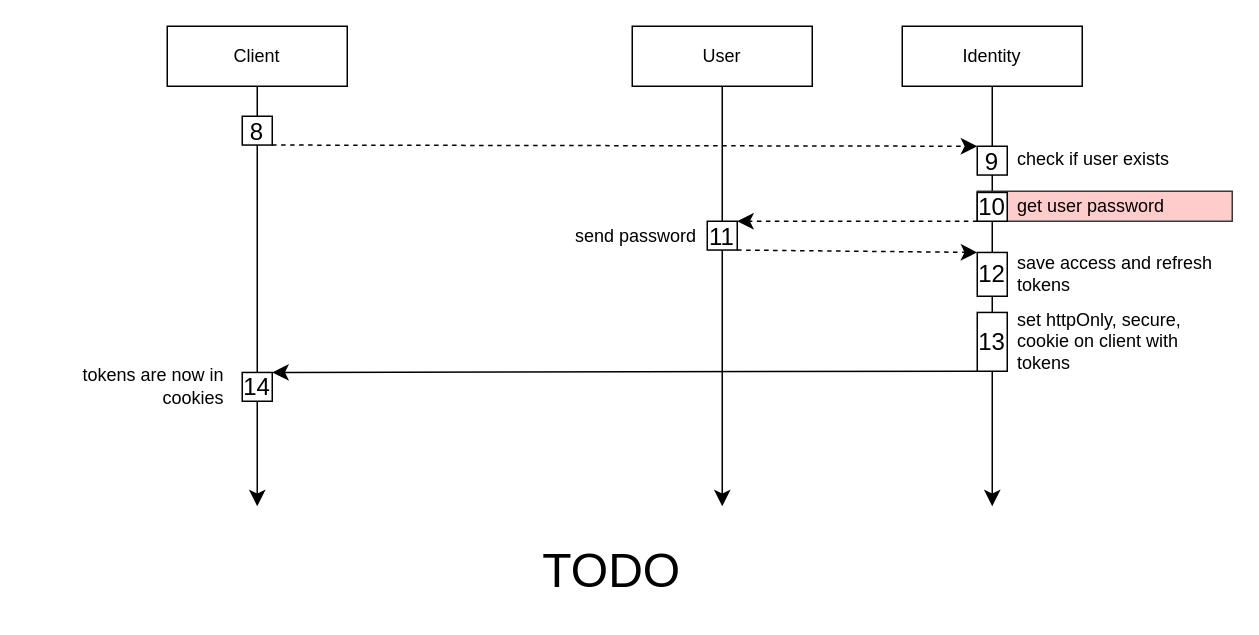
This is page "☑️ /refresh-tokens" (5 of 5) of identity/docs/diagrams/flowcharts/identity-user.flow.drawio from sourabh-singh-rawat/issue-tracker-services, a draw.io file, before an edit. Source tidied: cells renumbered, new cells numbered last; positions are measured from the earlier drawing's top-left corner, leaving out a move shared by most shapes. Both pictures are drawn from the tidied source at 150%, with x=0, y=0 at pixel (32, 26).
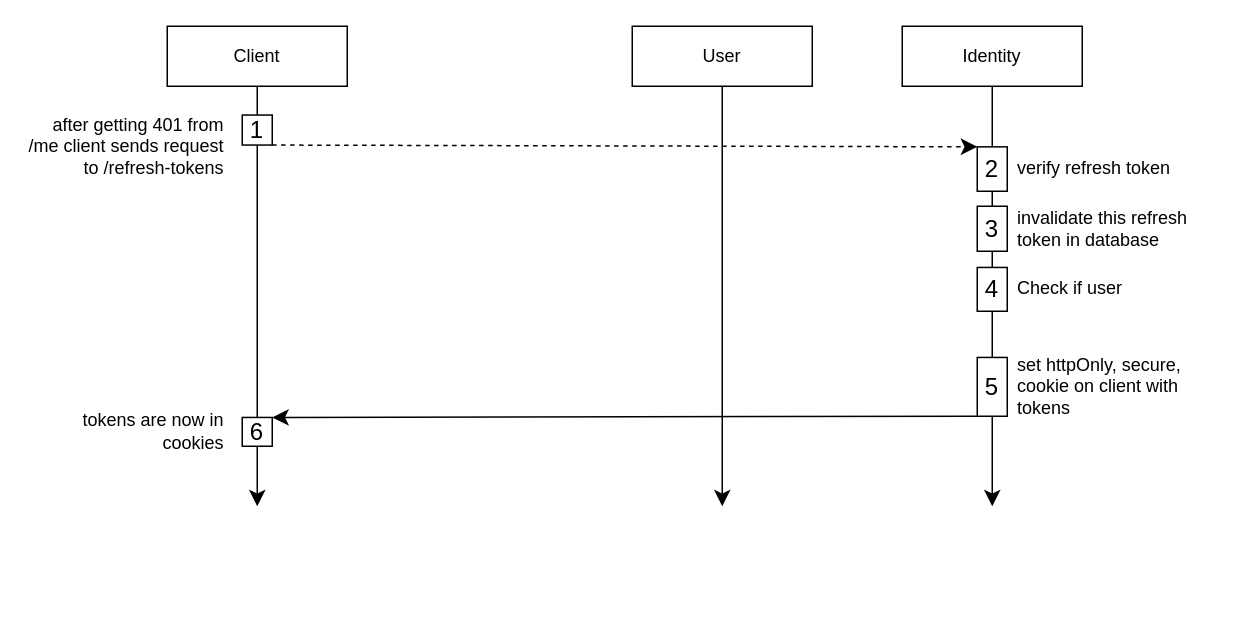
After the change.

Diff of the diagram source:
```diff
@@
-    <mxCell id="8" style="edgeStyle=none;curved=1;rounded=0;jettySize=auto;html=1;exitX=1;exitY=1;exitDx=0;exitDy=0;fontSize=12;startSize=8;endSize=8;entryX=0;entryY=0;entryDx=0;entryDy=0;dashed=1;fontFamily=Helvetica;" parent="1" edge="1" source="9" target="11">
-      <mxGeometry relative="1" as="geometry" />
+    <mxCell id="8" style="edgeStyle=none;curved=1;rounded=0;jettySize=auto;html=1;exitX=1;exitY=1;exitDx=0;exitDy=0;fontSize=12;startSize=8;endSize=8;entryX=0;entryY=0;entryDx=0;entryDy=0;dashed=1;fontFamily=Helvetica;" parent="1" edge="1" target="11">
+      <mxGeometry relative="1" as="geometry">
+        <mxPoint x="160" y="79.2" as="sourcePoint" />
+      </mxGeometry>
     </mxCell>
-    <mxCell id="9" value="8" style="rounded=0;whiteSpace=wrap;html=1;fontSize=16;fontFamily=Helvetica;" parent="1" vertex="1">
-      <mxGeometry x="140" y="60" width="20" height="19.2" as="geometry" />
-    </mxCell>
     <mxCell id="10" style="group;fontFamily=Helvetica;" parent="1" vertex="1">
-      <mxGeometry x="630" y="79.2" width="170" height="20" as="geometry" />
+      <mxGeometry x="630" y="79.2" width="170" height="30.8" as="geometry" />
     </mxCell>
-    <mxCell id="11" value="9" style="rounded=0;whiteSpace=wrap;html=1;fontSize=16;fontFamily=Helvetica;" parent="10" vertex="1">
-      <mxGeometry y="0.8" width="20" height="19.2" as="geometry" />
+    <mxCell id="11" value="2" style="rounded=0;whiteSpace=wrap;html=1;fontSize=16;fontFamily=Helvetica;" parent="10" vertex="1">
+      <mxGeometry y="1.2" width="20" height="29.6" as="geometry" />
     </mxCell>
-    <mxCell id="12" value="check if user exists" style="text;html=1;strokeColor=none;fillColor=none;align=left;verticalAlign=middle;whiteSpace=wrap;rounded=0;fontSize=12;fontFamily=Helvetica;" parent="10" vertex="1">
-      <mxGeometry x="25" width="145" height="20" as="geometry" />
+    <mxCell id="12" value="verify refresh token" style="text;html=1;strokeColor=none;fillColor=none;align=left;verticalAlign=middle;whiteSpace=wrap;rounded=0;fontSize=12;fontFamily=Helvetica;" parent="10" vertex="1">
+      <mxGeometry x="25" width="145" height="30.8" as="geometry" />
     </mxCell>
-    <mxCell id="13" style="group;fillColor=#ffcccc;strokeColor=#36393d;fontFamily=Helvetica;" parent="1" vertex="1">
-      <mxGeometry x="630" y="110" width="170" height="20" as="geometry" />
+    <mxCell id="13" style="group;fillColor=none;fontFamily=Helvetica;" parent="1" vertex="1">
+      <mxGeometry x="630" y="120" width="170" height="30" as="geometry" />
     </mxCell>
-    <mxCell id="14" value="10" style="rounded=0;whiteSpace=wrap;html=1;fontSize=16;fontFamily=Helvetica;" parent="13" vertex="1">
-      <mxGeometry y="0.8" width="20" height="19.2" as="geometry" />
+    <mxCell id="14" value="3" style="rounded=0;whiteSpace=wrap;html=1;fontSize=16;fontFamily=Helvetica;" parent="13" vertex="1">
+      <mxGeometry width="20" height="30" as="geometry" />
     </mxCell>
-    <mxCell id="15" value="get user password" style="text;html=1;strokeColor=none;fillColor=none;align=left;verticalAlign=middle;whiteSpace=wrap;rounded=0;fontSize=12;fontFamily=Helvetica;" parent="13" vertex="1">
-      <mxGeometry x="25" width="145" height="20" as="geometry" />
+    <mxCell id="15" value="invalidate this refresh token in database" style="text;html=1;fillColor=none;align=left;verticalAlign=middle;whiteSpace=wrap;rounded=0;fontSize=12;fontFamily=Helvetica;" parent="13" vertex="1">
+      <mxGeometry x="25" width="145" height="30" as="geometry" />
     </mxCell>
-    <mxCell id="16" style="edgeStyle=none;curved=1;rounded=0;jettySize=auto;html=1;exitX=1;exitY=1;exitDx=0;exitDy=0;fontSize=12;startSize=8;endSize=8;dashed=1;entryX=0;entryY=0;entryDx=0;entryDy=0;fontFamily=Helvetica;" parent="1" edge="1" source="17">
-      <mxGeometry relative="1" as="geometry">
-        <mxPoint x="630" y="150.8" as="targetPoint" />
-      </mxGeometry>
-    </mxCell>
-    <mxCell id="17" value="11" style="rounded=0;whiteSpace=wrap;html=1;fontSize=16;fontFamily=Helvetica;" parent="1" vertex="1">
-      <mxGeometry x="450" y="130" width="20" height="19.2" as="geometry" />
-    </mxCell>
-    <mxCell id="18" style="edgeStyle=none;curved=1;rounded=0;jettySize=auto;html=1;exitX=0;exitY=1;exitDx=0;exitDy=0;fontSize=12;startSize=8;endSize=8;entryX=1;entryY=0;entryDx=0;entryDy=0;dashed=1;fontFamily=Helvetica;" parent="1" edge="1" source="14" target="17">
-      <mxGeometry relative="1" as="geometry" />
-    </mxCell>
-    <mxCell id="19" value="send password" style="text;html=1;strokeColor=none;fillColor=none;align=right;verticalAlign=middle;whiteSpace=wrap;rounded=0;fontSize=12;fontFamily=Helvetica;" parent="1" vertex="1">
-      <mxGeometry x="300" y="129.6" width="145" height="20" as="geometry" />
-    </mxCell>
@@
-    <mxCell id="21" value="14" style="rounded=0;whiteSpace=wrap;html=1;fontSize=16;fontFamily=Helvetica;" parent="1" vertex="1">
-      <mxGeometry x="140" y="230.8" width="20" height="19.2" as="geometry" />
+    <mxCell id="21" value="6" style="rounded=0;whiteSpace=wrap;html=1;fontSize=16;fontFamily=Helvetica;" parent="1" vertex="1">
+      <mxGeometry x="140" y="260.8" width="20" height="19.2" as="geometry" />
     </mxCell>
     <mxCell id="22" value="tokens are now in cookies" style="text;html=1;strokeColor=none;fillColor=none;align=right;verticalAlign=middle;whiteSpace=wrap;rounded=0;fontSize=12;fontFamily=Helvetica;" parent="1" vertex="1">
-      <mxGeometry y="230" width="130" height="20" as="geometry" />
+      <mxGeometry y="260" width="130" height="20" as="geometry" />
     </mxCell>
     <mxCell id="23" style="group;fontFamily=Helvetica;" parent="1" vertex="1">
-      <mxGeometry x="630" y="150" width="170" height="30" as="geometry" />
+      <mxGeometry x="630" y="160" width="170" height="30" as="geometry" />
     </mxCell>
-    <mxCell id="24" value="12" style="rounded=0;whiteSpace=wrap;html=1;fontSize=16;fontFamily=Helvetica;" parent="23" vertex="1">
+    <mxCell id="24" value="4" style="rounded=0;whiteSpace=wrap;html=1;fontSize=16;fontFamily=Helvetica;" parent="23" vertex="1">
       <mxGeometry y="0.8" width="20" height="29.2" as="geometry" />
     </mxCell>
-    <mxCell id="25" value="save access and refresh tokens" style="text;html=1;strokeColor=none;fillColor=none;align=left;verticalAlign=middle;whiteSpace=wrap;rounded=0;fontSize=12;fontFamily=Helvetica;" parent="23" vertex="1">
+    <mxCell id="25" value="Check if user&amp;nbsp;" style="text;html=1;strokeColor=none;fillColor=none;align=left;verticalAlign=middle;whiteSpace=wrap;rounded=0;fontSize=12;fontFamily=Helvetica;" parent="23" vertex="1">
       <mxGeometry x="25" width="145" height="30" as="geometry" />
     </mxCell>
     <mxCell id="26" style="group;fontFamily=Helvetica;" parent="1" vertex="1">
-      <mxGeometry x="630" y="190" width="170" height="40" as="geometry" />
+      <mxGeometry x="630" y="220" width="170" height="40" as="geometry" />
     </mxCell>
-    <mxCell id="27" value="13" style="rounded=0;whiteSpace=wrap;html=1;fontSize=16;fontFamily=Helvetica;" parent="26" vertex="1">
+    <mxCell id="27" value="5" style="rounded=0;whiteSpace=wrap;html=1;fontSize=16;fontFamily=Helvetica;" parent="26" vertex="1">
       <mxGeometry y="0.8" width="20" height="39.2" as="geometry" />
     </mxCell>
@@
-    <mxCell id="29" value="TODO" style="text;html=1;align=center;verticalAlign=middle;strokeColor=none;fillColor=none;fontSize=32;fontFamily=Helvetica;" parent="1" vertex="1">
-      <mxGeometry x="326" y="338" width="120" height="50" as="geometry" />
-    </mxCell>
+    <mxCell id="30" style="group;" parent="1" vertex="1">
+      <mxGeometry x="-4" y="49.2" width="164" height="60.8" as="geometry" />
+    </mxCell>
+    <mxCell id="31" value="after getting 401 from /me client sends request to /refresh-tokens" style="text;html=1;strokeColor=none;fillColor=none;align=right;verticalAlign=middle;whiteSpace=wrap;rounded=0;fontSize=12;fontFamily=Helvetica;" parent="30" vertex="1">
+      <mxGeometry width="134" height="60.8" as="geometry" />
+    </mxCell>
+    <mxCell id="32" value="1" style="rounded=0;whiteSpace=wrap;html=1;fontSize=16;fontFamily=Helvetica;" parent="30" vertex="1">
+      <mxGeometry x="144" y="10" width="20" height="20" as="geometry" />
+    </mxCell>
```
